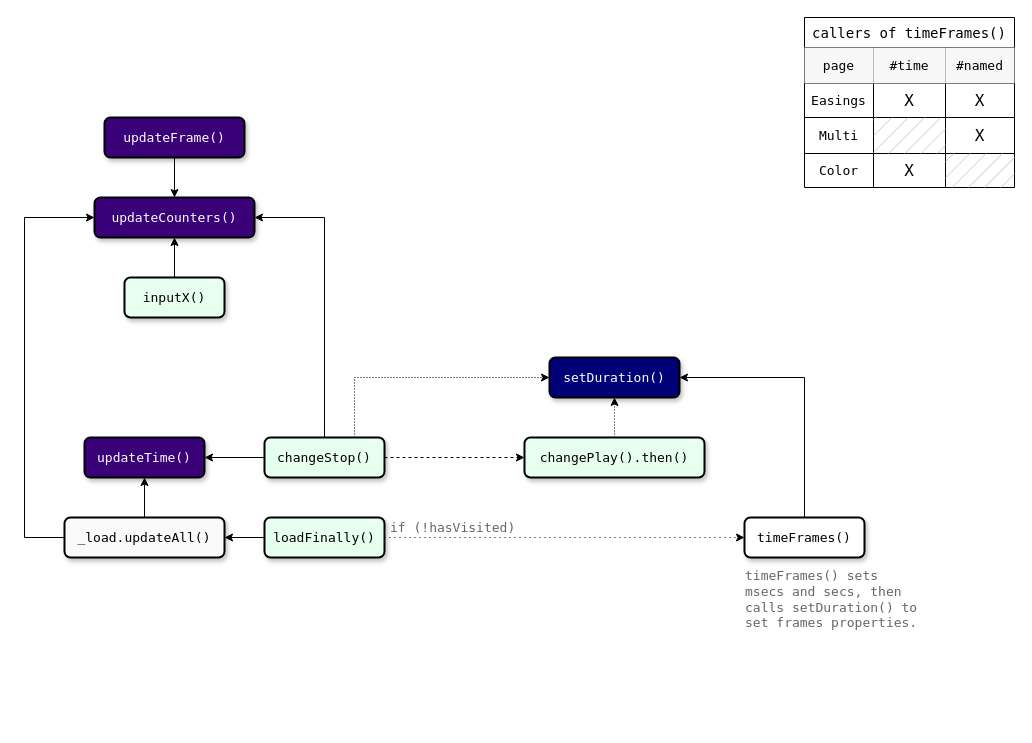
Above: page "time-frames" (2 of 3) of docs/raf-test.drawio in sidewayss/rAF (draw.io), before the change. Source tidied: cells renumbered, new cells numbered last; positions are measured from the earlier drawing's top-left corner, leaving out a move shared by most shapes. Both pictures are drawn from the tidied source at 100%, with x=0, y=0 at pixel (24, 17).
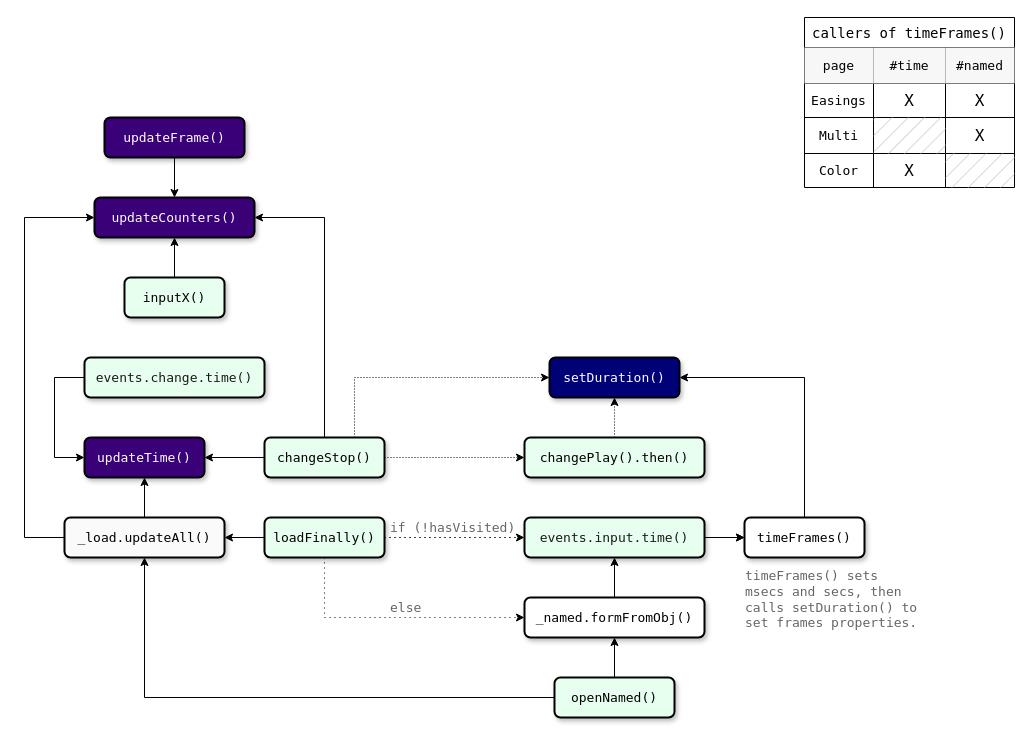
Above is the later version.

The change refers to these unchanged cells:
```xml
<mxCell id="3" value="&lt;div&gt;updateTime()&lt;/div&gt;" style="rounded=1;whiteSpace=wrap;html=1;fontFamily=Lucida Console;fontSize=13;fontStyle=0;fillColor=#3A0077;strokeColor=default;strokeWidth=2;fontColor=#FFFFFF;shadow=1;" parent="1" vertex="1">
  <mxGeometry x="60" y="420" width="120" height="40" as="geometry" />
</mxCell>
<mxCell id="26" value="loadFinally()" style="rounded=1;whiteSpace=wrap;html=1;fontFamily=Lucida Console;fontSize=13;fontStyle=0;fillColor=#E7FFEF;strokeColor=default;strokeWidth=2;fontColor=default;shadow=1;" parent="1" vertex="1">
  <mxGeometry x="240" y="500" width="120" height="40" as="geometry" />
</mxCell>
<mxCell id="29" value="changePlay().then()" style="rounded=1;whiteSpace=wrap;html=1;fontFamily=Lucida Console;fontSize=13;fontStyle=0;fillColor=#E7FFEF;strokeColor=default;strokeWidth=2;fontColor=default;shadow=1;" parent="1" vertex="1">
  <mxGeometry x="500" y="420" width="180" height="40" as="geometry" />
</mxCell>
<mxCell id="32" value="_load.updateAll()" style="rounded=1;whiteSpace=wrap;html=1;fontFamily=Lucida Console;fontSize=13;fontStyle=0;strokeWidth=2;fillColor=#fafafa;shadow=1;" parent="1" vertex="1">
  <mxGeometry x="40" y="500" width="160" height="40" as="geometry" />
</mxCell>
<mxCell id="34" value="&lt;div&gt;timeFrames()&lt;/div&gt;" style="rounded=1;whiteSpace=wrap;html=1;fontFamily=Lucida Console;fontSize=13;fontStyle=0;fillColor=default;strokeColor=default;strokeWidth=2;fontColor=default;shadow=1;" parent="1" vertex="1">
  <mxGeometry x="720" y="500" width="120" height="40" as="geometry" />
</mxCell>
<mxCell id="39" value="changeStop()" style="rounded=1;whiteSpace=wrap;html=1;fontFamily=Lucida Console;fontSize=13;fontStyle=0;fillColor=#E7FFEF;strokeColor=default;strokeWidth=2;fontColor=default;shadow=1;" parent="1" vertex="1">
  <mxGeometry x="240" y="420" width="120" height="40" as="geometry" />
</mxCell>
```

What changed in the source:
```diff
@@
+    <mxCell id="43" style="edgeStyle=orthogonalEdgeStyle;rounded=0;jettySize=auto;html=1;exitX=1;exitY=0.5;exitDx=0;exitDy=0;entryX=0;entryY=0.5;entryDx=0;entryDy=0;dashed=1;dashPattern=1 4;" parent="1" edge="1" source="26" target="51">
+      <mxGeometry relative="1" as="geometry" />
+    </mxCell>
+    <mxCell id="44" style="edgeStyle=orthogonalEdgeStyle;rounded=0;jettySize=auto;html=1;exitX=0.5;exitY=1;exitDx=0;exitDy=0;entryX=0;entryY=0.5;entryDx=0;entryDy=0;dashed=1;dashPattern=1 4;" parent="1" edge="1" source="26" target="50">
+      <mxGeometry relative="1" as="geometry" />
+    </mxCell>
@@
+    <mxCell id="45" style="edgeStyle=orthogonalEdgeStyle;rounded=0;jettySize=auto;html=1;exitX=1;exitY=0.5;exitDx=0;exitDy=0;entryX=0;entryY=0.5;entryDx=0;entryDy=0;" parent="1" edge="1" source="51" target="34">
+      <mxGeometry relative="1" as="geometry" />
+    </mxCell>
+    <mxCell id="46" style="edgeStyle=orthogonalEdgeStyle;rounded=0;jettySize=auto;html=1;exitX=0;exitY=0.5;exitDx=0;exitDy=0;entryX=0.5;entryY=1;entryDx=0;entryDy=0;" parent="1" edge="1" source="54" target="32">
+      <mxGeometry relative="1" as="geometry" />
+    </mxCell>
@@
-    <mxCell id="36" style="rounded=0;jettySize=auto;html=1;exitX=1;exitY=0.5;exitDx=0;exitDy=0;entryX=0;entryY=0.5;entryDx=0;entryDy=0;dashed=1;" parent="1" edge="1" source="39" target="29">
+    <mxCell id="36" style="rounded=0;jettySize=auto;html=1;exitX=1;exitY=0.5;exitDx=0;exitDy=0;entryX=0;entryY=0.5;entryDx=0;entryDy=0;dashed=1;dashPattern=1 2;" parent="1" edge="1" source="39" target="29">
       <mxGeometry relative="1" as="geometry" />
     </mxCell>
@@
+    <mxCell id="47" style="edgeStyle=orthogonalEdgeStyle;rounded=0;jettySize=auto;html=1;exitX=0;exitY=0.5;exitDx=0;exitDy=0;entryX=0;entryY=0.5;entryDx=0;entryDy=0;" parent="1" edge="1" source="55" target="3">
+      <mxGeometry relative="1" as="geometry">
+        <Array as="points">
+          <mxPoint x="30" y="360" />
+          <mxPoint x="30" y="440" />
+        </Array>
+      </mxGeometry>
+    </mxCell>
@@
+    <mxCell id="48" parent="0" />
+    <mxCell id="49" style="edgeStyle=orthogonalEdgeStyle;rounded=0;jettySize=auto;html=1;exitX=0.5;exitY=0;exitDx=0;exitDy=0;entryX=0.5;entryY=1;entryDx=0;entryDy=0;" parent="48" edge="1" source="50" target="51">
+      <mxGeometry relative="1" as="geometry" />
+    </mxCell>
+    <mxCell id="50" value="_named.formFromObj()" style="rounded=1;whiteSpace=wrap;html=1;fontFamily=Lucida Console;fontSize=13;fontStyle=0;fillColor=default;strokeColor=default;strokeWidth=2;fontColor=default;shadow=1;" parent="48" vertex="1">
+      <mxGeometry x="500" y="580" width="180" height="40" as="geometry" />
+    </mxCell>
+    <mxCell id="51" value="&lt;div&gt;&lt;span style=&quot;background-color: initial;&quot;&gt;events.input.time()&lt;/span&gt;&lt;br&gt;&lt;/div&gt;" style="rounded=1;whiteSpace=wrap;html=1;fontFamily=Lucida Console;fontSize=13;fontStyle=0;strokeWidth=2;fillColor=#E7FFEF;fontColor=#1A1A1A;strokeColor=default;shadow=1;" parent="48" vertex="1">
+      <mxGeometry x="500" y="500" width="180" height="40" as="geometry" />
+    </mxCell>
+    <mxCell id="52" value="&lt;font face=&quot;Lucida Console&quot;&gt;else&lt;/font&gt;" style="text;html=1;align=left;verticalAlign=middle;whiteSpace=wrap;rounded=0;fontSize=13;fontStyle=0;fontFamily=Verdana;fontColor=#666666;shadow=0;" parent="48" vertex="1">
+      <mxGeometry x="364" y="580" width="47" height="20" as="geometry" />
+    </mxCell>
+    <mxCell id="53" style="edgeStyle=orthogonalEdgeStyle;rounded=0;jettySize=auto;html=1;exitX=0.5;exitY=0;exitDx=0;exitDy=0;entryX=0.5;entryY=1;entryDx=0;entryDy=0;" parent="48" edge="1" source="54" target="50">
+      <mxGeometry relative="1" as="geometry" />
+    </mxCell>
+    <mxCell id="54" value="openNamed()" style="rounded=1;whiteSpace=wrap;html=1;fontFamily=Lucida Console;fontSize=13;fontStyle=0;fillColor=#E7FFEF;strokeColor=default;strokeWidth=2;fontColor=default;shadow=1;" parent="48" vertex="1">
+      <mxGeometry x="530" y="660" width="120" height="40" as="geometry" />
+    </mxCell>
+    <mxCell id="55" value="&lt;div&gt;&lt;span style=&quot;background-color: initial;&quot;&gt;events.change.time()&lt;/span&gt;&lt;br&gt;&lt;/div&gt;" style="rounded=1;whiteSpace=wrap;html=1;fontFamily=Lucida Console;fontSize=13;fontStyle=0;strokeWidth=2;fillColor=#E7FFEF;fontColor=#1A1A1A;strokeColor=default;shadow=1;" parent="48" vertex="1">
+      <mxGeometry x="60" y="340" width="180" height="40" as="geometry" />
+    </mxCell>
```
